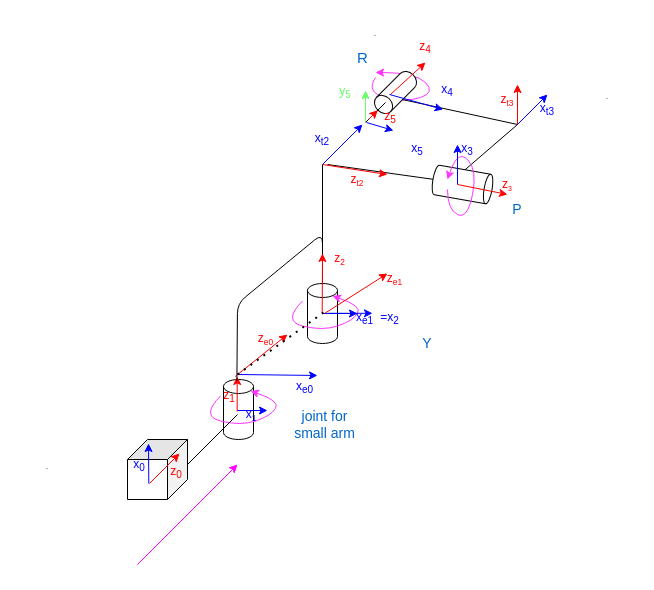
The draw.io diagram modeling/vscode_draw/handel_DH_ver3.drawio in Ouch-Lee/diploma_project, before the edit. Source tidied: cells renumbered, new cells numbered last; positions are measured from the earlier drawing's top-left corner, leaving out a move shared by most shapes. Both pictures are drawn from the tidied source at 100%, with x=0, y=0 at pixel (17, 17).
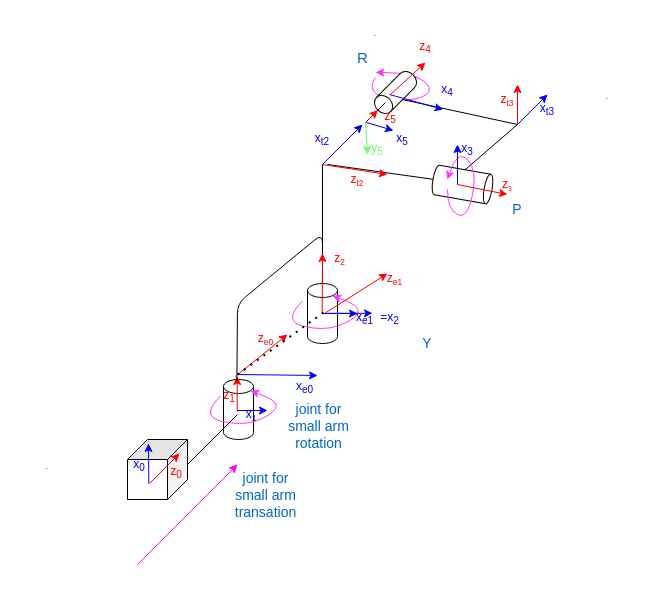
The same diagram, later.

Change to the diagram source:
```diff
@@
     <mxCell id="40" style="endArrow=classic;html=1;strokeColor=#66FF66;" parent="1" edge="1">
       <mxGeometry relative="1" as="geometry">
         <mxPoint x="348" y="105" as="sourcePoint" />
-        <mxPoint x="348" y="73" as="targetPoint" />
+        <mxPoint x="350" y="137" as="targetPoint" />
       </mxGeometry>
     </mxCell>
@@
     <mxCell id="43" value="x&lt;sub&gt;5&lt;/sub&gt;" style="text;html=1;strokeColor=none;fillColor=none;align=center;verticalAlign=middle;whiteSpace=wrap;rounded=0;fontColor=#0000FF;" parent="1" vertex="1">
-      <mxGeometry x="380" y="127" width="40" height="10" as="geometry" />
+      <mxGeometry x="365" y="117" width="40" height="10" as="geometry" />
     </mxCell>
     <mxCell id="44" value="&lt;font color=&quot;#66ff66&quot;&gt;y&lt;sub&gt;5&lt;/sub&gt;&lt;/font&gt;" style="text;html=1;strokeColor=none;fillColor=none;align=center;verticalAlign=middle;whiteSpace=wrap;rounded=0;" parent="1" vertex="1">
-      <mxGeometry x="303" y="65" width="50" height="20" as="geometry" />
+      <mxGeometry x="335" y="122" width="50" height="20" as="geometry" />
     </mxCell>
@@
-    <mxCell id="52" value="joint for small arm" style="text;html=1;strokeColor=none;fillColor=none;align=center;verticalAlign=middle;whiteSpace=wrap;rounded=0;fontSize=14;fontColor=#0066CC;" parent="1" vertex="1">
-      <mxGeometry x="270" y="392" width="75" height="30" as="geometry" />
+    <mxCell id="52" value="joint for small arm rotation" style="text;html=1;strokeColor=none;fillColor=none;align=center;verticalAlign=middle;whiteSpace=wrap;rounded=0;fontSize=14;fontColor=#0066CC;" parent="1" vertex="1">
+      <mxGeometry x="264" y="394" width="75" height="30" as="geometry" />
     </mxCell>
@@
+    <mxCell id="69" value="joint for small arm transation" style="text;html=1;strokeColor=none;fillColor=none;align=center;verticalAlign=middle;whiteSpace=wrap;rounded=0;fontSize=14;fontColor=#0066CC;" parent="1" vertex="1">
+      <mxGeometry x="211" y="463" width="75" height="30" as="geometry" />
+    </mxCell>
```
